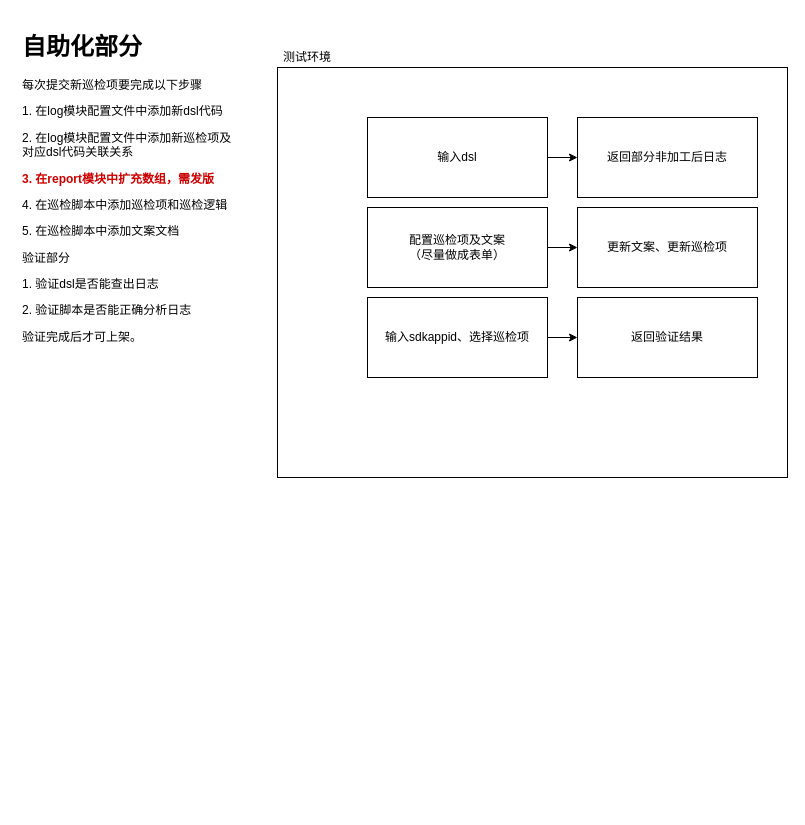
Earlier version of the draw.io diagram img/123.drawio (Readercyc/demo). Source tidied: cells renumbered, new cells numbered last; positions are measured from the earlier drawing's top-left corner, leaving out a move shared by most shapes. Both pictures are drawn from the tidied source at 100%, with x=0, y=0 at pixel (17, 27).
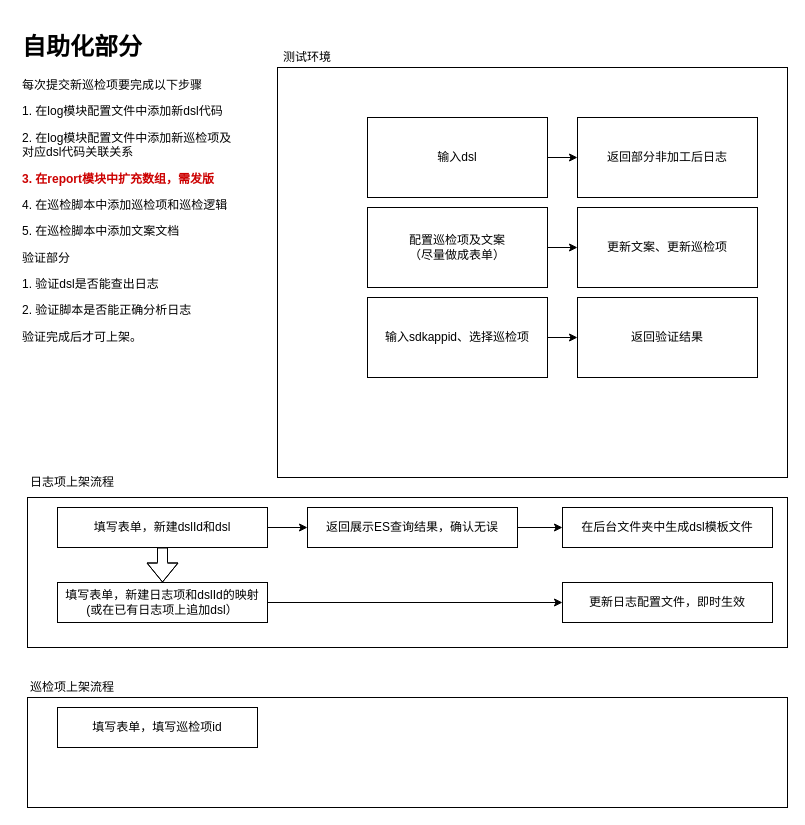
After the change.

Change to the diagram source:
```diff
@@
+    <mxCell id="14" style="rounded=0;whiteSpace=wrap;html=1;" parent="1" vertex="1">
+      <mxGeometry x="10" y="470" width="760" height="150" as="geometry" />
+    </mxCell>
+    <mxCell id="15" value="日志项上架流程" style="text;html=1;strokeColor=none;fillColor=none;align=center;verticalAlign=middle;whiteSpace=wrap;rounded=0;" parent="1" vertex="1">
+      <mxGeometry x="10" y="440" width="90" height="30" as="geometry" />
+    </mxCell>
+    <mxCell id="16" style="edgeStyle=orthogonalEdgeStyle;rounded=0;jettySize=auto;html=1;exitX=1;exitY=0.5;exitDx=0;exitDy=0;entryX=0;entryY=0.5;entryDx=0;entryDy=0;" parent="1" edge="1" source="18" target="21">
+      <mxGeometry relative="1" as="geometry" />
+    </mxCell>
+    <mxCell id="17" style="edgeStyle=orthogonalEdgeStyle;rounded=0;jettySize=auto;html=1;shape=flexArrow;" parent="1" edge="1" source="18" target="23">
+      <mxGeometry relative="1" as="geometry" />
+    </mxCell>
+    <mxCell id="18" value="填写表单，新建dslId和dsl" style="rounded=0;whiteSpace=wrap;html=1;" parent="1" vertex="1">
+      <mxGeometry x="40" y="480" width="210" height="40" as="geometry" />
+    </mxCell>
+    <mxCell id="19" value="在后台文件夹中生成dsl模板文件" style="rounded=0;whiteSpace=wrap;html=1;" parent="1" vertex="1">
+      <mxGeometry x="545" y="480" width="210" height="40" as="geometry" />
+    </mxCell>
+    <mxCell id="20" style="edgeStyle=orthogonalEdgeStyle;rounded=0;jettySize=auto;html=1;exitX=1;exitY=0.5;exitDx=0;exitDy=0;entryX=0;entryY=0.5;entryDx=0;entryDy=0;" parent="1" edge="1" source="21" target="19">
+      <mxGeometry relative="1" as="geometry" />
+    </mxCell>
+    <mxCell id="21" value="返回展示ES查询结果，确认无误" style="rounded=0;whiteSpace=wrap;html=1;" parent="1" vertex="1">
+      <mxGeometry x="290" y="480" width="210" height="40" as="geometry" />
+    </mxCell>
+    <mxCell id="22" style="edgeStyle=orthogonalEdgeStyle;rounded=0;jettySize=auto;html=1;" parent="1" edge="1" source="23" target="24">
+      <mxGeometry relative="1" as="geometry" />
+    </mxCell>
+    <mxCell id="23" value="填写表单，新建日志项和dslId的映射(或在已有日志项上追加dsl）" style="rounded=0;whiteSpace=wrap;html=1;" parent="1" vertex="1">
+      <mxGeometry x="40" y="555" width="210" height="40" as="geometry" />
+    </mxCell>
+    <mxCell id="24" value="更新日志配置文件，即时生效" style="rounded=0;whiteSpace=wrap;html=1;" parent="1" vertex="1">
+      <mxGeometry x="545" y="555" width="210" height="40" as="geometry" />
+    </mxCell>
+    <mxCell id="25" style="rounded=0;whiteSpace=wrap;html=1;" parent="1" vertex="1">
+      <mxGeometry x="10" y="670" width="760" height="110" as="geometry" />
+    </mxCell>
+    <mxCell id="26" value="巡检项上架流程" style="text;html=1;strokeColor=none;fillColor=none;align=center;verticalAlign=middle;whiteSpace=wrap;rounded=0;" parent="1" vertex="1">
+      <mxGeometry y="650" width="110" height="20" as="geometry" />
+    </mxCell>
+    <mxCell id="27" value="填写表单，填写巡检项id" style="rounded=0;whiteSpace=wrap;html=1;" parent="1" vertex="1">
+      <mxGeometry x="40" y="680" width="200" height="40" as="geometry" />
+    </mxCell>
```
